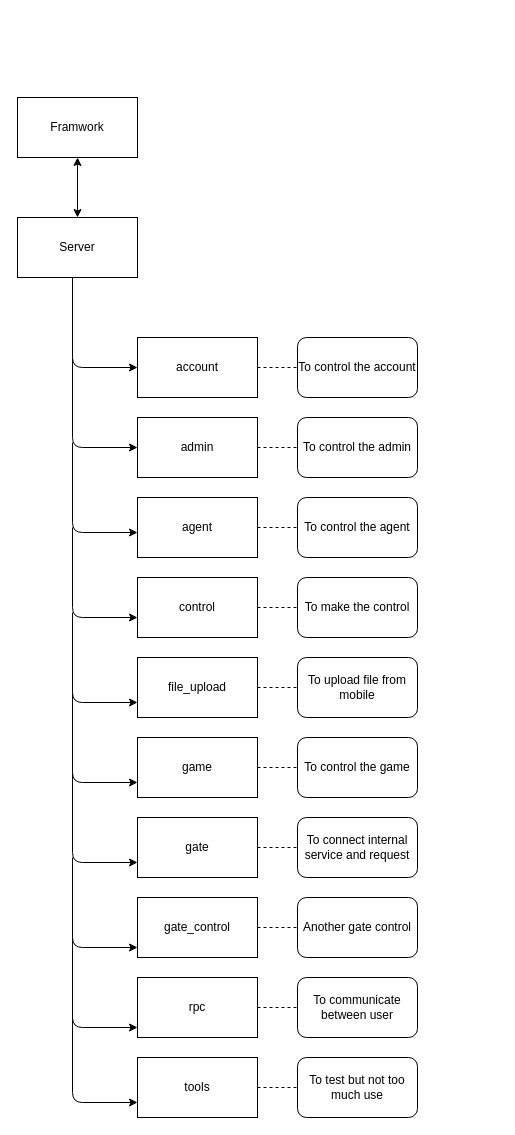
This is page "Page-1" (1 of 2) of ninthart-framwork.drawio from YarZarTun-sead/Nodejs-Sample-mvc-, a draw.io file, before an edit. Source tidied: cells renumbered, new cells numbered last; positions are measured from the earlier drawing's top-left corner, leaving out a move shared by most shapes. Both pictures are drawn from the tidied source at 100%, with x=0, y=0 at pixel (17, 97).
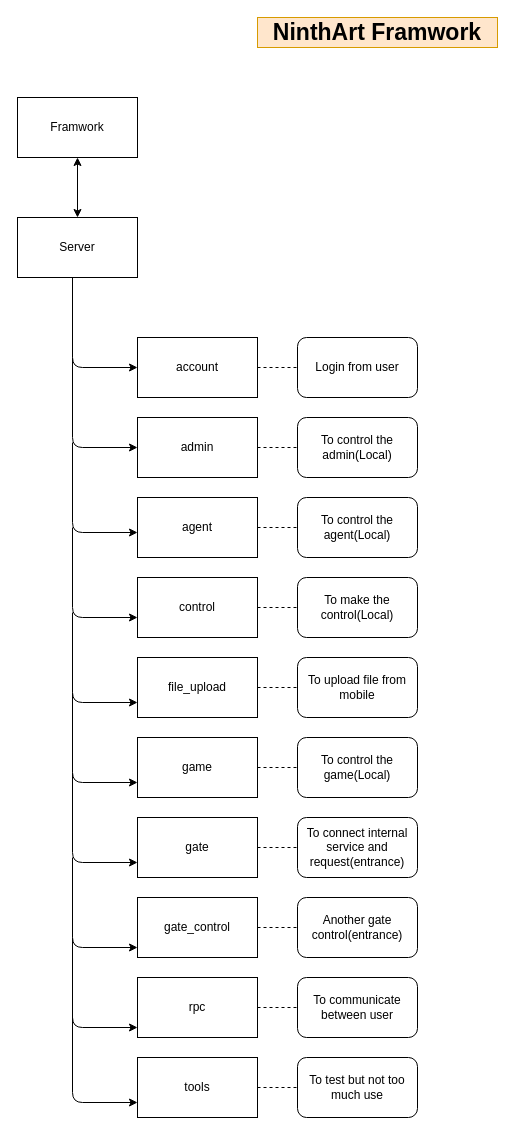
Above is the later version.

What changed in the source:
```diff
@@
-    <mxCell id="26" value="To control the account" style="rounded=1;whiteSpace=wrap;html=1;" parent="1" vertex="1">
+    <mxCell id="26" value="Login from user" style="rounded=1;whiteSpace=wrap;html=1;" parent="1" vertex="1">
       <mxGeometry x="280" y="240" width="120" height="60" as="geometry" />
     </mxCell>
@@
-    <mxCell id="28" value="To control the admin" style="rounded=1;whiteSpace=wrap;html=1;" parent="1" vertex="1">
+    <mxCell id="28" value="To control the admin(Local)" style="rounded=1;whiteSpace=wrap;html=1;" parent="1" vertex="1">
       <mxGeometry x="280" y="320" width="120" height="60" as="geometry" />
     </mxCell>
@@
-    <mxCell id="30" value="To control the agent" style="rounded=1;whiteSpace=wrap;html=1;" parent="1" vertex="1">
+    <mxCell id="30" value="To control the agent(Local)" style="rounded=1;whiteSpace=wrap;html=1;" parent="1" vertex="1">
       <mxGeometry x="280" y="400" width="120" height="60" as="geometry" />
     </mxCell>
@@
-    <mxCell id="32" value="To make the control" style="rounded=1;whiteSpace=wrap;html=1;" parent="1" vertex="1">
+    <mxCell id="32" value="To make the control(Local)" style="rounded=1;whiteSpace=wrap;html=1;" parent="1" vertex="1">
       <mxGeometry x="280" y="480" width="120" height="60" as="geometry" />
     </mxCell>
@@
-    <mxCell id="36" value="To control the game" style="rounded=1;whiteSpace=wrap;html=1;" parent="1" vertex="1">
+    <mxCell id="36" value="To control the game(Local)" style="rounded=1;whiteSpace=wrap;html=1;" parent="1" vertex="1">
       <mxGeometry x="280" y="640" width="120" height="60" as="geometry" />
     </mxCell>
@@
-    <mxCell id="38" value="To connect internal service and request" style="rounded=1;whiteSpace=wrap;html=1;" parent="1" vertex="1">
+    <mxCell id="38" value="To connect internal service and request(entrance)" style="rounded=1;whiteSpace=wrap;html=1;" parent="1" vertex="1">
       <mxGeometry x="280" y="720" width="120" height="60" as="geometry" />
     </mxCell>
@@
-    <mxCell id="40" value="Another gate control" style="rounded=1;whiteSpace=wrap;html=1;" parent="1" vertex="1">
+    <mxCell id="40" value="Another gate control(entrance)" style="rounded=1;whiteSpace=wrap;html=1;" parent="1" vertex="1">
       <mxGeometry x="280" y="800" width="120" height="60" as="geometry" />
     </mxCell>
@@
+    <mxCell id="46" value="NinthArt Framwork" style="text;html=1;strokeColor=#d79b00;fillColor=#ffe6cc;align=center;verticalAlign=middle;whiteSpace=wrap;rounded=0;fontSize=23;fontStyle=1;" parent="1" vertex="1">
+      <mxGeometry x="240" y="-80" width="240" height="30" as="geometry" />
+    </mxCell>
```
